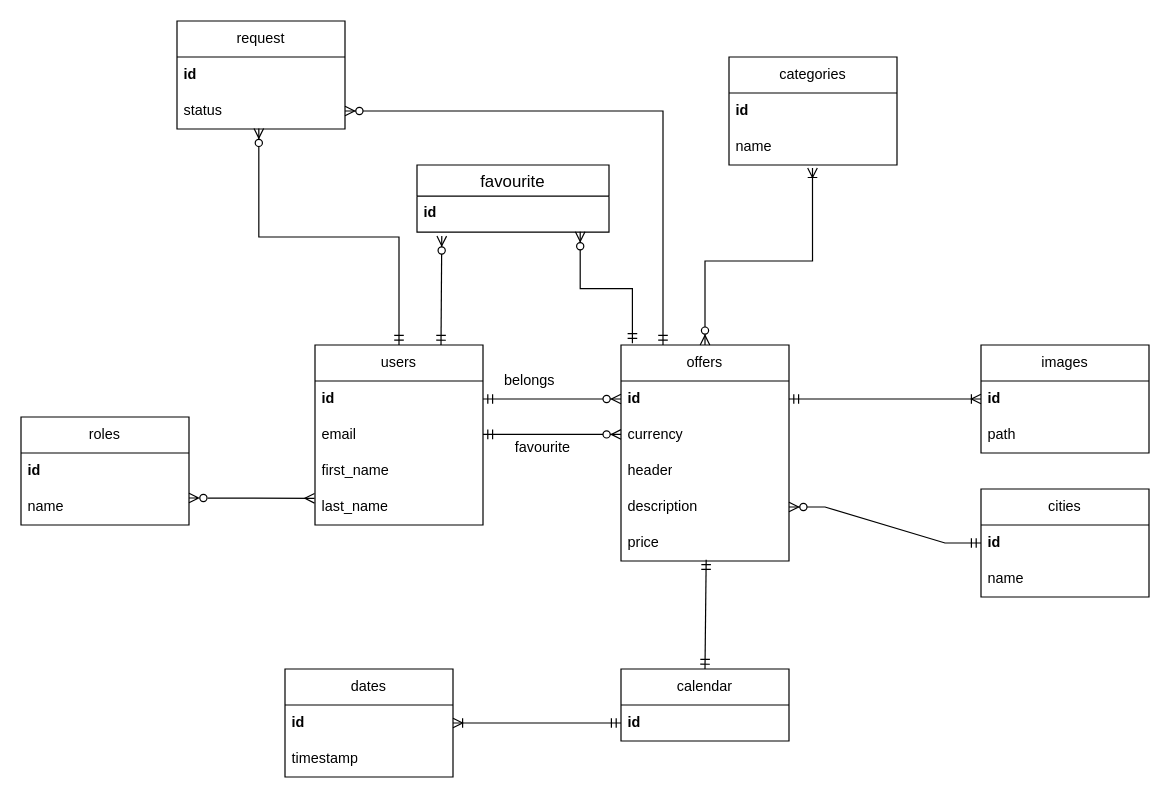
Earlier version of the draw.io diagram documentation/diagrams/ER.drawio (IgorPustylnik/TP-9.1). Source tidied: cells renumbered, new cells numbered last; positions are measured from the earlier drawing's top-left corner, leaving out a move shared by most shapes. Both pictures are drawn from the tidied source at 120%, with x=0, y=0 at pixel (20, 20).
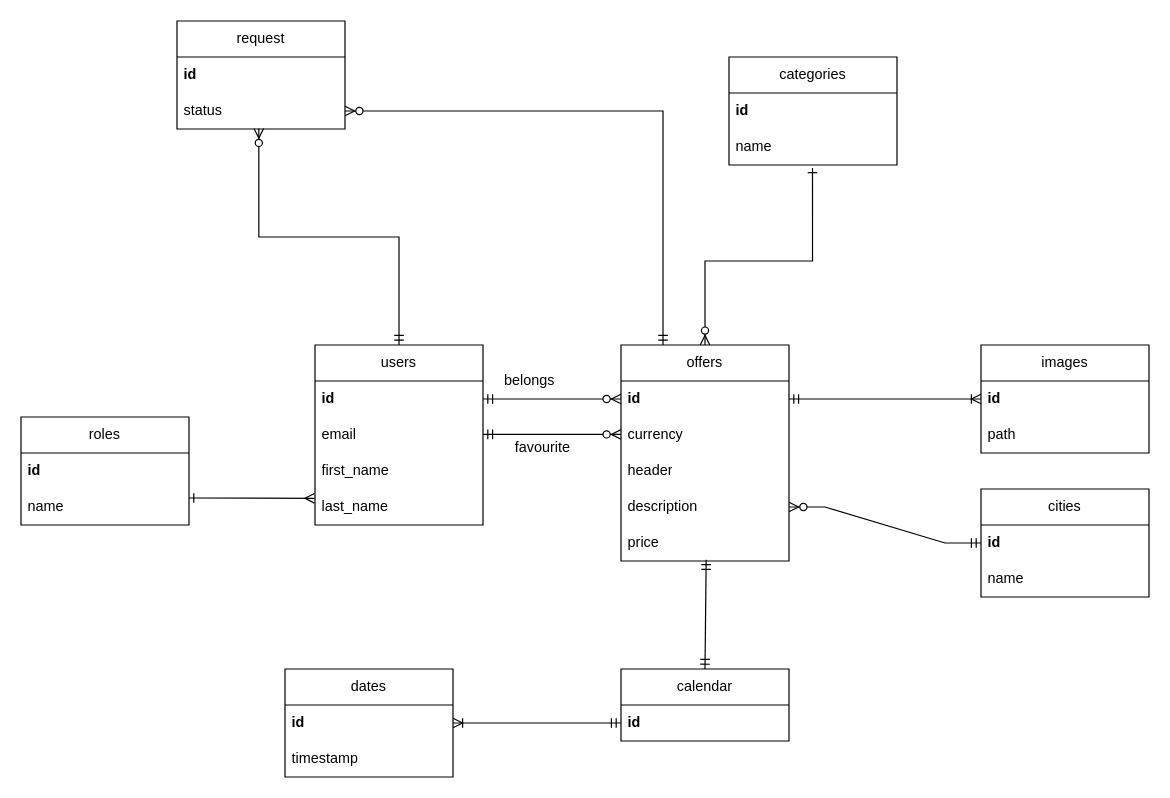
After the change.

The change refers to these unchanged cells:
```xml
<mxCell id="2" value="roles" style="swimlane;fontStyle=0;horizontal=1;startSize=30;whiteSpace=wrap;html=1;" parent="1" vertex="1">
  <mxGeometry y="330" width="140" height="90" as="geometry" />
</mxCell>
<mxCell id="5" value="users" style="swimlane;fontStyle=0;horizontal=1;startSize=30;whiteSpace=wrap;html=1;" parent="1" vertex="1">
  <mxGeometry x="245" y="270" width="140" height="150" as="geometry" />
</mxCell>
<mxCell id="9" value="last_name" style="text;strokeColor=none;fillColor=none;align=left;verticalAlign=middle;spacingLeft=4;spacingRight=4;overflow=hidden;points=[[0,0.5],[1,0.5]];portConstraint=eastwest;whiteSpace=wrap;html=1;" parent="5" vertex="1">
  <mxGeometry y="120" width="140" height="30" as="geometry" />
</mxCell>
<mxCell id="10" value="offers" style="swimlane;fontStyle=0;horizontal=1;startSize=30;whiteSpace=wrap;html=1;" parent="1" vertex="1">
  <mxGeometry x="500" y="270" width="140" height="180" as="geometry" />
</mxCell>
<mxCell id="29" value="name" style="text;strokeColor=none;fillColor=none;align=left;verticalAlign=middle;spacingLeft=4;spacingRight=4;overflow=hidden;points=[[0,0.5],[1,0.5]];portConstraint=eastwest;whiteSpace=wrap;html=1;" parent="27" vertex="1">
  <mxGeometry y="60" width="140" height="30" as="geometry" />
</mxCell>
```

Change to the diagram source:
```diff
@@
-    <mxCell id="30" style="fontSize=12;html=1;endArrow=ERmany;startArrow=ERzeroToMany;rounded=0;entryX=-0.003;entryY=0.26;entryDx=0;entryDy=0;exitX=1;exitY=0.75;exitDx=0;exitDy=0;entryPerimeter=0;startFill=0;" parent="1" edge="1" source="2" target="9">
+    <mxCell id="30" style="fontSize=12;html=1;endArrow=ERmany;startArrow=ERone;rounded=0;entryX=-0.003;entryY=0.26;entryDx=0;entryDy=0;exitX=1;exitY=0.75;exitDx=0;exitDy=0;entryPerimeter=0;startFill=0;" parent="1" edge="1" source="2" target="9">
       <mxGeometry relative="1" as="geometry" />
     </mxCell>
@@
-    <mxCell id="35" style="fontSize=12;html=1;endArrow=ERoneToMany;startArrow=ERzeroToMany;rounded=0;exitX=0.5;exitY=0;exitDx=0;exitDy=0;entryX=0.497;entryY=1.081;entryDx=0;entryDy=0;entryPerimeter=0;edgeStyle=orthogonalEdgeStyle;" parent="1" edge="1" source="10" target="29">
+    <mxCell id="35" style="fontSize=12;html=1;endArrow=ERone;startArrow=ERzeroToMany;rounded=0;exitX=0.5;exitY=0;exitDx=0;exitDy=0;entryX=0.497;entryY=1.081;entryDx=0;entryDy=0;entryPerimeter=0;edgeStyle=orthogonalEdgeStyle;endFill=0;" parent="1" edge="1" source="10" target="29">
       <mxGeometry relative="1" as="geometry">
         <Array as="points">
           <mxPoint x="570" y="200" />
           <mxPoint x="660" y="200" />
         </Array>
       </mxGeometry>
     </mxCell>
@@
-    <mxCell id="37" value="favourite" style="swimlane;fontStyle=0;horizontal=1;startSize=26;align=center;fontSize=14;" parent="1" vertex="1">
-      <mxGeometry x="330" y="120" width="160" height="56" as="geometry" />
-    </mxCell>
-    <mxCell id="38" value="&lt;b&gt;id&lt;/b&gt;" style="text;strokeColor=none;fillColor=none;spacingLeft=4;spacingRight=4;overflow=hidden;points=[[0,0.5],[1,0.5]];portConstraint=eastwest;fontSize=12;whiteSpace=wrap;html=1;" parent="37" vertex="1">
-      <mxGeometry y="26" width="160" height="30" as="geometry" />
-    </mxCell>
@@
-    <mxCell id="42" style="fontSize=12;html=1;endArrow=ERzeroToMany;startArrow=ERmandOne;rounded=0;exitX=0.75;exitY=0;exitDx=0;exitDy=0;entryX=0.129;entryY=1.108;entryDx=0;entryDy=0;entryPerimeter=0;" parent="1" edge="1" source="5" target="38">
-      <mxGeometry relative="1" as="geometry" />
-    </mxCell>
@@
-    <mxCell id="45" style="fontSize=12;html=1;endArrow=ERzeroToMany;startArrow=ERmandOne;rounded=0;exitX=0.068;exitY=-0.008;exitDx=0;exitDy=0;entryX=0.85;entryY=0.99;entryDx=0;entryDy=0;entryPerimeter=0;exitPerimeter=0;edgeStyle=orthogonalEdgeStyle;" parent="1" edge="1" source="10" target="38">
-      <mxGeometry relative="1" as="geometry" />
-    </mxCell>
```
